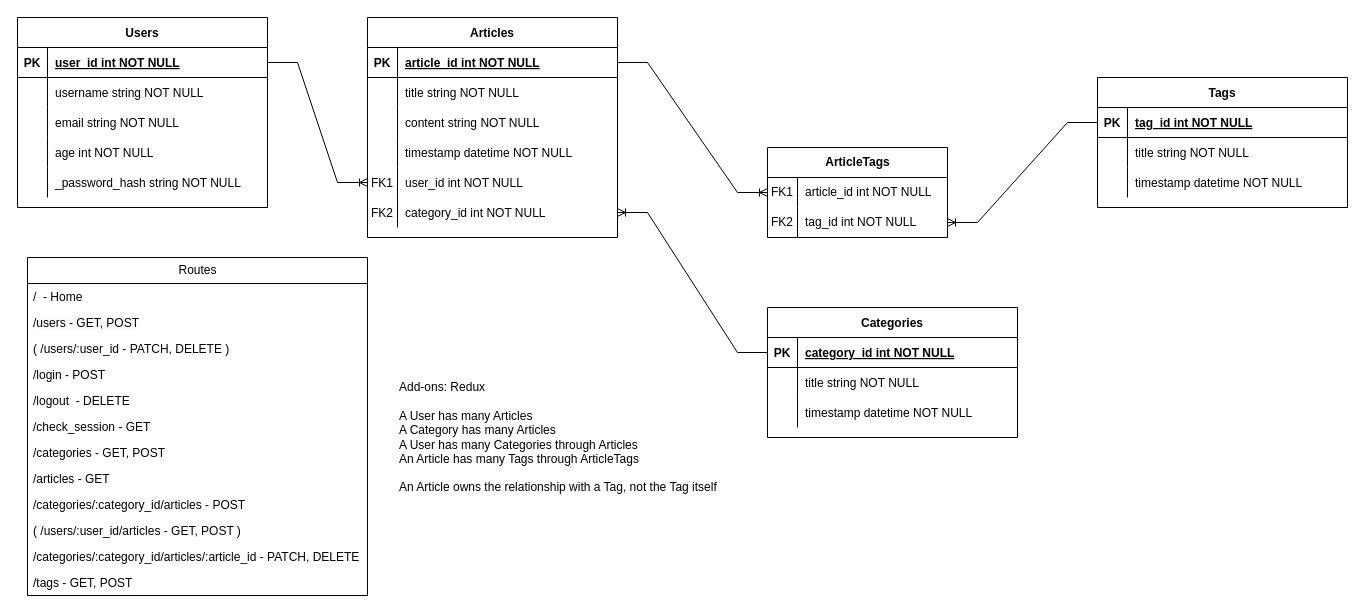
Before: Phase5Models.drawio in connordbrown/phase-5-project, a draw.io diagram. Source tidied: cells renumbered, new cells numbered last; positions are measured from the earlier drawing's top-left corner, leaving out a move shared by most shapes. Both pictures are drawn from the tidied source at 100%, with x=0, y=0 at pixel (17, 17).
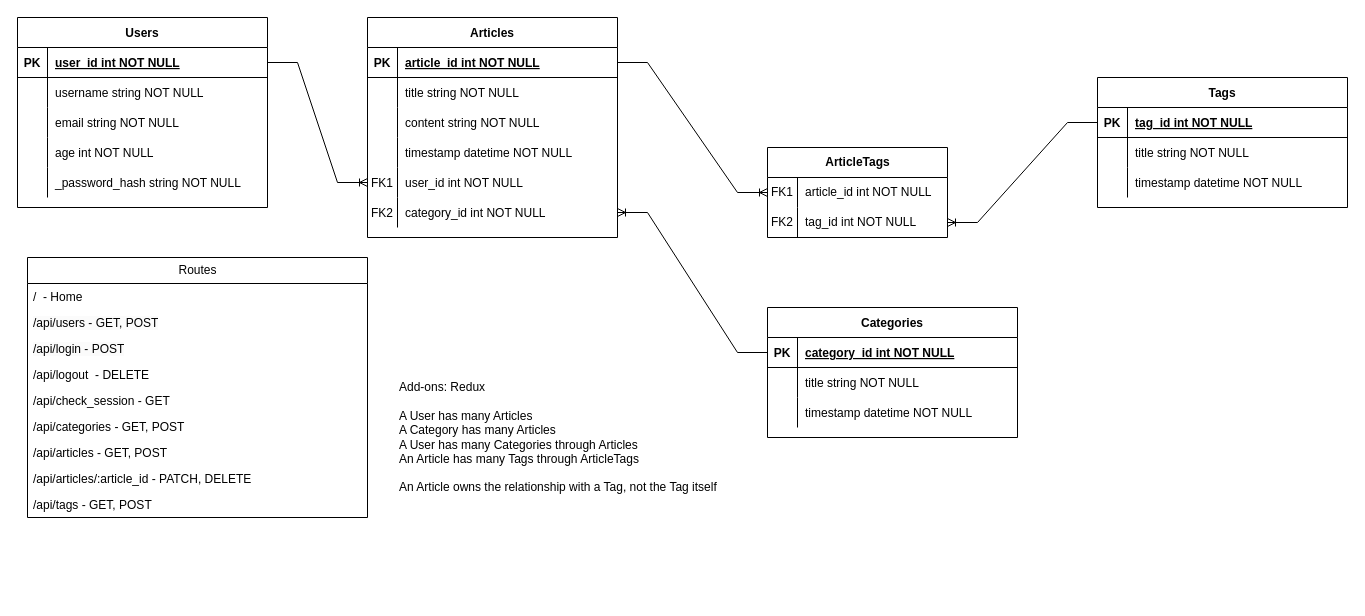
Above is the later version.

The edit, as a diff of the source:
```diff
@@
     <mxCell id="60" value="Routes" style="swimlane;fontStyle=0;horizontal=1;startSize=26;fillColor=none;html=1;" parent="1" vertex="1">
-      <mxGeometry x="10" y="240" width="340" height="338" as="geometry" />
+      <mxGeometry x="10" y="240" width="340" height="260" as="geometry" />
     </mxCell>
@@
-    <mxCell id="62" value="&lt;span style=&quot;color: rgb(0, 0, 0); font-family: Helvetica; font-size: 12px; font-style: normal; font-variant-ligatures: normal; font-variant-caps: normal; font-weight: 400; letter-spacing: normal; orphans: 2; text-align: left; text-indent: 0px; text-transform: none; widows: 2; word-spacing: 0px; -webkit-text-stroke-width: 0px; background-color: rgb(251, 251, 251); text-decoration-thickness: initial; text-decoration-style: initial; text-decoration-color: initial; float: none; display: inline !important;&quot;&gt;/users - GET, POST&lt;/span&gt;" style="text;strokeColor=none;fillColor=none;align=left;verticalAlign=top;spacingLeft=4;spacingRight=4;overflow=hidden;whiteSpace=wrap;html=1;" parent="60" vertex="1">
+    <mxCell id="62" value="&lt;span style=&quot;color: rgb(0, 0, 0); font-family: Helvetica; font-size: 12px; font-style: normal; font-variant-ligatures: normal; font-variant-caps: normal; font-weight: 400; letter-spacing: normal; orphans: 2; text-align: left; text-indent: 0px; text-transform: none; widows: 2; word-spacing: 0px; -webkit-text-stroke-width: 0px; background-color: rgb(251, 251, 251); text-decoration-thickness: initial; text-decoration-style: initial; text-decoration-color: initial; float: none; display: inline !important;&quot;&gt;/api/users - GET, POST&lt;/span&gt;" style="text;strokeColor=none;fillColor=none;align=left;verticalAlign=top;spacingLeft=4;spacingRight=4;overflow=hidden;whiteSpace=wrap;html=1;" parent="60" vertex="1">
       <mxGeometry y="52" width="340" height="26" as="geometry" />
     </mxCell>
-    <mxCell id="63" value="( /users/:user_id - PATCH, DELETE )" style="text;strokeColor=none;fillColor=none;align=left;verticalAlign=top;spacingLeft=4;spacingRight=4;overflow=hidden;whiteSpace=wrap;html=1;" parent="60" vertex="1">
-      <mxGeometry y="78" width="340" height="26" as="geometry" />
-    </mxCell>
-    <mxCell id="64" value="&lt;span style=&quot;color: rgb(0, 0, 0); font-family: Helvetica; font-size: 12px; font-style: normal; font-variant-ligatures: normal; font-variant-caps: normal; font-weight: 400; letter-spacing: normal; orphans: 2; text-align: left; text-indent: 0px; text-transform: none; widows: 2; word-spacing: 0px; -webkit-text-stroke-width: 0px; background-color: rgb(251, 251, 251); text-decoration-thickness: initial; text-decoration-style: initial; text-decoration-color: initial; float: none; display: inline !important;&quot;&gt;/login - POST&lt;/span&gt;" style="text;strokeColor=none;fillColor=none;align=left;verticalAlign=top;spacingLeft=4;spacingRight=4;overflow=hidden;whiteSpace=wrap;html=1;" parent="60" vertex="1">
-      <mxGeometry y="104" width="340" height="26" as="geometry" />
+    <mxCell id="64" value="&lt;span style=&quot;color: rgb(0, 0, 0); font-family: Helvetica; font-size: 12px; font-style: normal; font-variant-ligatures: normal; font-variant-caps: normal; font-weight: 400; letter-spacing: normal; orphans: 2; text-align: left; text-indent: 0px; text-transform: none; widows: 2; word-spacing: 0px; -webkit-text-stroke-width: 0px; background-color: rgb(251, 251, 251); text-decoration-thickness: initial; text-decoration-style: initial; text-decoration-color: initial; float: none; display: inline !important;&quot;&gt;/api/login - POST&lt;/span&gt;" style="text;strokeColor=none;fillColor=none;align=left;verticalAlign=top;spacingLeft=4;spacingRight=4;overflow=hidden;whiteSpace=wrap;html=1;" parent="60" vertex="1">
+      <mxGeometry y="78" width="340" height="26" as="geometry" />
     </mxCell>
-    <mxCell id="65" value="/logout&amp;nbsp; - DELETE" style="text;strokeColor=none;fillColor=none;align=left;verticalAlign=top;spacingLeft=4;spacingRight=4;overflow=hidden;whiteSpace=wrap;html=1;" parent="60" vertex="1">
-      <mxGeometry y="130" width="340" height="26" as="geometry" />
+    <mxCell id="65" value="/api/logout&amp;nbsp; - DELETE" style="text;strokeColor=none;fillColor=none;align=left;verticalAlign=top;spacingLeft=4;spacingRight=4;overflow=hidden;whiteSpace=wrap;html=1;" parent="60" vertex="1">
+      <mxGeometry y="104" width="340" height="26" as="geometry" />
     </mxCell>
-    <mxCell id="66" value="/check_session - GET" style="text;strokeColor=none;fillColor=none;align=left;verticalAlign=top;spacingLeft=4;spacingRight=4;overflow=hidden;whiteSpace=wrap;html=1;" parent="60" vertex="1">
-      <mxGeometry y="156" width="340" height="26" as="geometry" />
+    <mxCell id="66" value="/api/check_session - GET" style="text;strokeColor=none;fillColor=none;align=left;verticalAlign=top;spacingLeft=4;spacingRight=4;overflow=hidden;whiteSpace=wrap;html=1;" parent="60" vertex="1">
+      <mxGeometry y="130" width="340" height="26" as="geometry" />
     </mxCell>
-    <mxCell id="67" value="/categories - GET, POST&amp;nbsp;" style="text;strokeColor=none;fillColor=none;align=left;verticalAlign=top;spacingLeft=4;spacingRight=4;overflow=hidden;whiteSpace=wrap;html=1;" parent="60" vertex="1">
-      <mxGeometry y="182" width="340" height="26" as="geometry" />
+    <mxCell id="67" value="/api/categories - GET, POST&amp;nbsp;" style="text;strokeColor=none;fillColor=none;align=left;verticalAlign=top;spacingLeft=4;spacingRight=4;overflow=hidden;whiteSpace=wrap;html=1;" parent="60" vertex="1">
+      <mxGeometry y="156" width="340" height="26" as="geometry" />
     </mxCell>
-    <mxCell id="68" value="/articles - GET" style="text;strokeColor=none;fillColor=none;align=left;verticalAlign=top;spacingLeft=4;spacingRight=4;overflow=hidden;whiteSpace=wrap;html=1;" parent="60" vertex="1">
-      <mxGeometry y="208" width="340" height="26" as="geometry" />
+    <mxCell id="68" value="/api/articles - GET, POST" style="text;strokeColor=none;fillColor=none;align=left;verticalAlign=top;spacingLeft=4;spacingRight=4;overflow=hidden;whiteSpace=wrap;html=1;" parent="60" vertex="1">
+      <mxGeometry y="182" width="340" height="26" as="geometry" />
     </mxCell>
-    <mxCell id="69" value="/categories/:category_id/articles - POST" style="text;strokeColor=none;fillColor=none;align=left;verticalAlign=top;spacingLeft=4;spacingRight=4;overflow=hidden;whiteSpace=wrap;html=1;" parent="60" vertex="1">
-      <mxGeometry y="234" width="340" height="26" as="geometry" />
-    </mxCell>
-    <mxCell id="70" value="( /users/:user_id/articles - GET, POST )" style="text;strokeColor=none;fillColor=none;align=left;verticalAlign=top;spacingLeft=4;spacingRight=4;overflow=hidden;whiteSpace=wrap;html=1;" parent="60" vertex="1">
-      <mxGeometry y="260" width="340" height="26" as="geometry" />
-    </mxCell>
-    <mxCell id="71" value="/categories/:category_id/articles/:article_id - PATCH, DELETE" style="text;strokeColor=none;fillColor=none;align=left;verticalAlign=top;spacingLeft=4;spacingRight=4;overflow=hidden;whiteSpace=wrap;html=1;" parent="60" vertex="1">
-      <mxGeometry y="286" width="340" height="26" as="geometry" />
+    <mxCell id="71" value="/api/articles/:article_id - PATCH, DELETE" style="text;strokeColor=none;fillColor=none;align=left;verticalAlign=top;spacingLeft=4;spacingRight=4;overflow=hidden;whiteSpace=wrap;html=1;" parent="60" vertex="1">
+      <mxGeometry y="208" width="340" height="26" as="geometry" />
     </mxCell>
-    <mxCell id="72" value="/tags - GET, POST" style="text;strokeColor=none;fillColor=none;align=left;verticalAlign=top;spacingLeft=4;spacingRight=4;overflow=hidden;whiteSpace=wrap;html=1;" parent="60" vertex="1">
-      <mxGeometry y="312" width="340" height="26" as="geometry" />
+    <mxCell id="72" value="/api/tags - GET, POST" style="text;strokeColor=none;fillColor=none;align=left;verticalAlign=top;spacingLeft=4;spacingRight=4;overflow=hidden;whiteSpace=wrap;html=1;" parent="60" vertex="1">
+      <mxGeometry y="234" width="340" height="26" as="geometry" />
     </mxCell>
```
